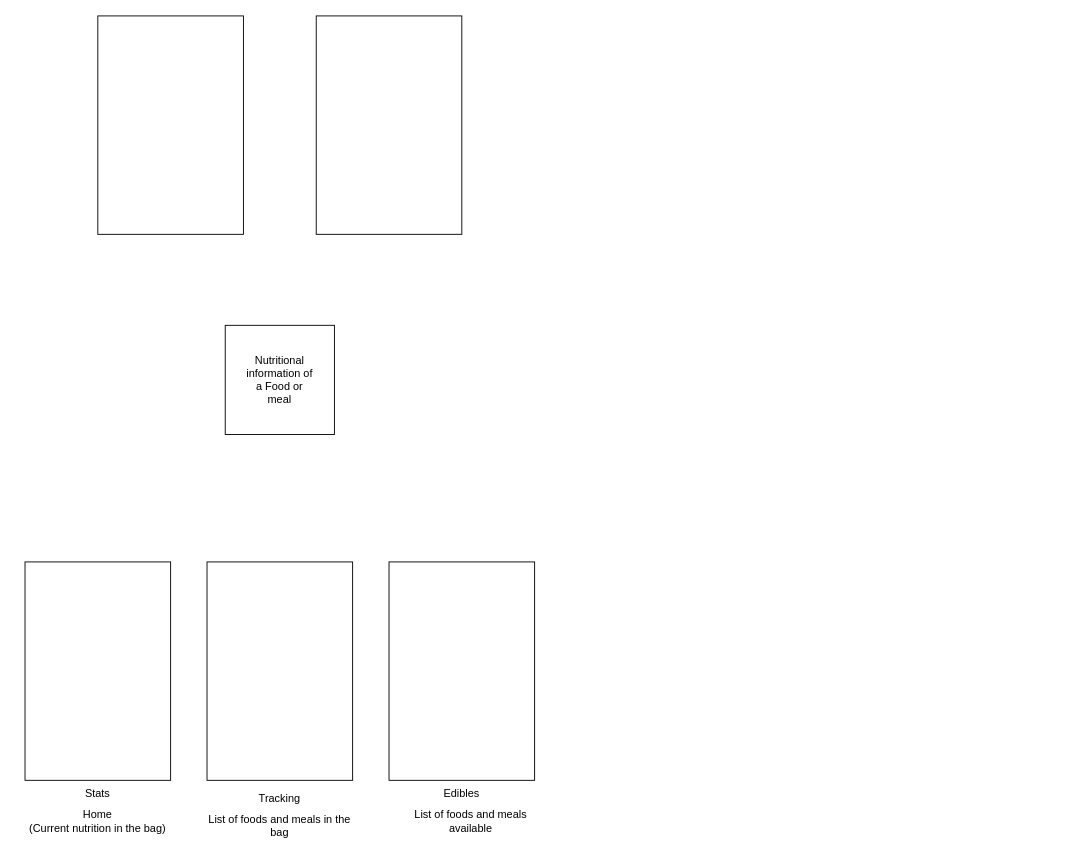
Before: Documentation/Navigation.drawio in p4ulor/NutritionTrackerApp, a draw.io diagram. Source tidied: cells renumbered, new cells numbered last; positions are measured from the earlier drawing's top-left corner, leaving out a move shared by most shapes. Both pictures are drawn from the tidied source at 91%, with x=0, y=0 at pixel (15, 15).
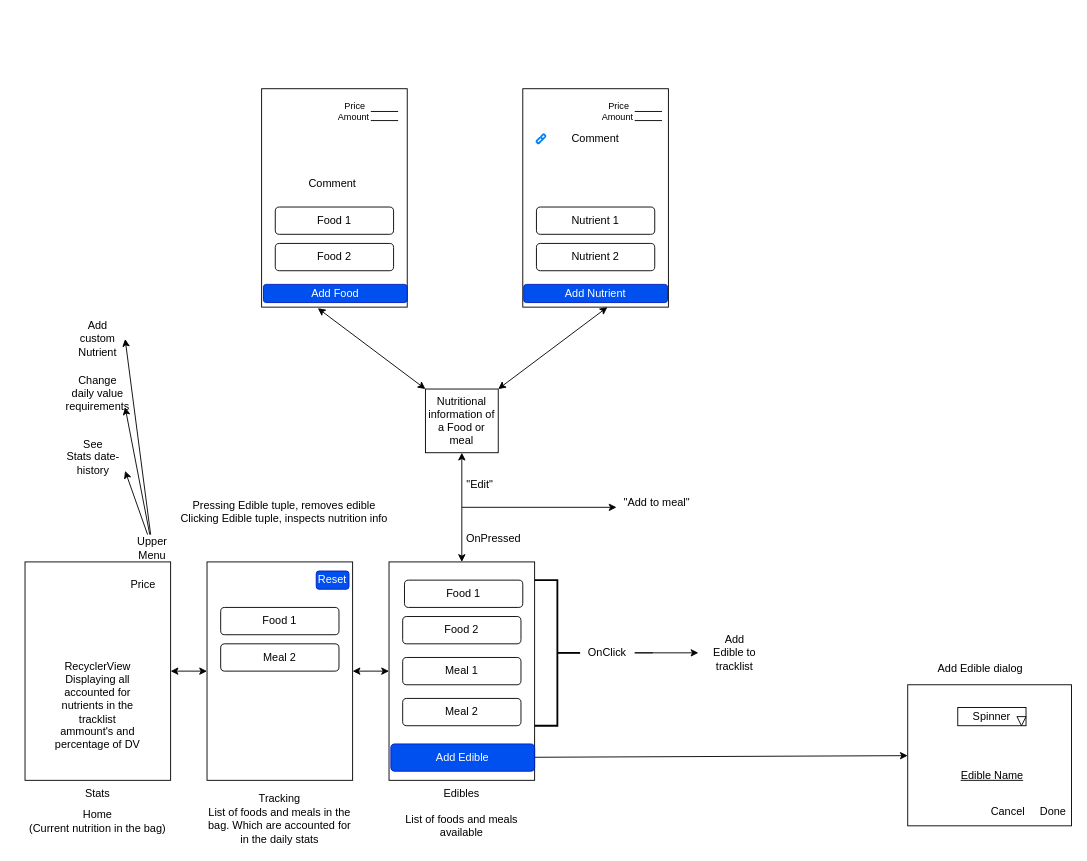
The same diagram, later.

Unchanged cells that the change refers to:
```xml
<mxCell id="2" style="rounded=0;whiteSpace=wrap;html=1;" parent="1" vertex="1">
  <mxGeometry x="210" y="600" width="160" height="240" as="geometry" />
</mxCell>
<mxCell id="3" style="rounded=0;whiteSpace=wrap;html=1;" parent="1" vertex="1">
  <mxGeometry x="10" y="600" width="160" height="240" as="geometry" />
</mxCell>
<mxCell id="4" style="rounded=0;whiteSpace=wrap;html=1;" parent="1" vertex="1">
  <mxGeometry x="410" y="600" width="160" height="240" as="geometry" />
</mxCell>
```

Diff of the diagram source:
```diff
@@
+    <mxCell id="15" style="edgeStyle=orthogonalEdgeStyle;rounded=0;jettySize=auto;html=1;entryX=0;entryY=0.5;entryDx=0;entryDy=0;startArrow=classic;startFill=1;" parent="1" edge="1" source="2" target="4">
+      <mxGeometry relative="1" as="geometry" />
+    </mxCell>
@@
+    <mxCell id="16" style="edgeStyle=orthogonalEdgeStyle;rounded=0;jettySize=auto;html=1;entryX=0;entryY=0.5;entryDx=0;entryDy=0;startArrow=classic;startFill=1;" parent="1" edge="1" source="3" target="2">
+      <mxGeometry relative="1" as="geometry" />
+    </mxCell>
@@
+    <mxCell id="17" style="edgeStyle=orthogonalEdgeStyle;rounded=0;jettySize=auto;html=1;startArrow=classic;startFill=1;" parent="1" edge="1" source="4">
+      <mxGeometry relative="1" as="geometry">
+        <mxPoint x="490" y="480" as="targetPoint" />
+      </mxGeometry>
+    </mxCell>
@@
-    <mxCell id="6" value="List of foods and meals in the bag" style="text;html=1;strokeColor=none;fillColor=none;align=center;verticalAlign=middle;whiteSpace=wrap;rounded=0;" parent="1" vertex="1">
+    <mxCell id="6" value="List of foods and meals in the bag. Which are accounted for in the daily stats" style="text;html=1;strokeColor=none;fillColor=none;align=center;verticalAlign=middle;whiteSpace=wrap;rounded=0;" parent="1" vertex="1">
       <mxGeometry x="210" y="875" width="160" height="30" as="geometry" />
     </mxCell>
     <mxCell id="7" value="List of foods and meals available" style="text;html=1;strokeColor=none;fillColor=none;align=center;verticalAlign=middle;whiteSpace=wrap;rounded=0;" parent="1" vertex="1">
-      <mxGeometry x="420" y="870" width="160" height="30" as="geometry" />
+      <mxGeometry x="410" y="875" width="160" height="30" as="geometry" />
     </mxCell>
+    <mxCell id="18" style="rounded=0;jettySize=auto;html=1;entryX=0.386;entryY=1.005;entryDx=0;entryDy=0;entryPerimeter=0;startArrow=classic;startFill=1;" parent="1" edge="1" target="10">
+      <mxGeometry relative="1" as="geometry">
+        <mxPoint x="450" y="410" as="sourcePoint" />
+      </mxGeometry>
+    </mxCell>
     <mxCell id="8" style="rounded=0;whiteSpace=wrap;html=1;" parent="1" vertex="1">
-      <mxGeometry x="230" y="340" width="120" height="120" as="geometry" />
+      <mxGeometry x="450" y="410" width="80" height="70" as="geometry" />
     </mxCell>
+    <mxCell id="19" style="edgeStyle=none;rounded=0;jettySize=auto;html=1;entryX=0.581;entryY=1;entryDx=0;entryDy=0;entryPerimeter=0;startArrow=classic;startFill=1;exitX=1;exitY=0;exitDx=0;exitDy=0;" parent="1" edge="1" source="9" target="11">
+      <mxGeometry relative="1" as="geometry" />
+    </mxCell>
     <mxCell id="9" value="Nutritional information of a Food or meal" style="text;html=1;strokeColor=none;fillColor=none;align=center;verticalAlign=middle;whiteSpace=wrap;rounded=0;" parent="1" vertex="1">
-      <mxGeometry x="250" y="357.5" width="80" height="85" as="geometry" />
+      <mxGeometry x="450" y="410" width="80" height="70" as="geometry" />
     </mxCell>
     <mxCell id="10" style="rounded=0;whiteSpace=wrap;html=1;" parent="1" vertex="1">
-      <mxGeometry x="90" width="160" height="240" as="geometry" />
+      <mxGeometry x="270" y="80" width="160" height="240" as="geometry" />
     </mxCell>
     <mxCell id="11" style="rounded=0;whiteSpace=wrap;html=1;" parent="1" vertex="1">
-      <mxGeometry x="330" width="160" height="240" as="geometry" />
+      <mxGeometry x="557" y="80" width="160" height="240" as="geometry" />
     </mxCell>
@@
+    <mxCell id="20" value="Food 1" style="rounded=1;whiteSpace=wrap;html=1;" parent="1" vertex="1">
+      <mxGeometry x="427" y="620" width="130" height="30" as="geometry" />
+    </mxCell>
+    <mxCell id="21" value="Food 2" style="rounded=1;whiteSpace=wrap;html=1;" parent="1" vertex="1">
+      <mxGeometry x="425" y="660" width="130" height="30" as="geometry" />
+    </mxCell>
+    <mxCell id="22" value="Meal 1" style="rounded=1;whiteSpace=wrap;html=1;" parent="1" vertex="1">
+      <mxGeometry x="425" y="705" width="130" height="30" as="geometry" />
+    </mxCell>
+    <mxCell id="23" value="Meal 2" style="rounded=1;whiteSpace=wrap;html=1;" parent="1" vertex="1">
+      <mxGeometry x="425" y="750" width="130" height="30" as="geometry" />
+    </mxCell>
+    <mxCell id="24" style="rounded=0;jettySize=auto;html=1;" parent="1" edge="1" source="25" target="59">
+      <mxGeometry relative="1" as="geometry" />
+    </mxCell>
+    <mxCell id="25" value="Add Edible" style="rounded=1;whiteSpace=wrap;html=1;fillColor=#0050ef;fontColor=#ffffff;strokeColor=#001DBC;" parent="1" vertex="1">
+      <mxGeometry x="412" y="800" width="158" height="30" as="geometry" />
+    </mxCell>
+    <mxCell id="26" value="OnPressed" style="text;html=1;strokeColor=none;fillColor=none;align=center;verticalAlign=middle;whiteSpace=wrap;rounded=0;" parent="1" vertex="1">
+      <mxGeometry x="495" y="560" width="60" height="30" as="geometry" />
+    </mxCell>
+    <mxCell id="27" style="strokeWidth=2;html=1;shape=mxgraph.flowchart.annotation_2;align=left;labelPosition=right;rotation=-180;" parent="1" vertex="1">
+      <mxGeometry x="570" y="620" width="50" height="160" as="geometry" />
+    </mxCell>
+    <mxCell id="28" value="OnClick" style="text;html=1;strokeColor=none;fillColor=none;align=center;verticalAlign=middle;whiteSpace=wrap;rounded=0;" parent="1" vertex="1">
+      <mxGeometry x="620" y="685" width="60" height="30" as="geometry" />
+    </mxCell>
+    <mxCell id="29" style="edgeStyle=orthogonalEdgeStyle;rounded=0;orthogonalLoop=1;jettySize=auto;html=1;startArrow=none;startFill=0;" parent="1" edge="1">
+      <mxGeometry relative="1" as="geometry">
+        <mxPoint x="700" y="699.9" as="sourcePoint" />
+        <mxPoint x="750" y="699.9" as="targetPoint" />
+        <Array as="points">
+          <mxPoint x="680" y="699.9" />
+          <mxPoint x="680" y="699.9" />
+        </Array>
+      </mxGeometry>
+    </mxCell>
+    <mxCell id="30" value="Add Edible to tracklist" style="text;html=1;strokeColor=none;fillColor=none;align=center;verticalAlign=middle;whiteSpace=wrap;rounded=0;" parent="1" vertex="1">
+      <mxGeometry x="760" y="685" width="60" height="30" as="geometry" />
+    </mxCell>
+    <mxCell id="31" value="RecyclerView&lt;br&gt;Displaying all accounted for nutrients in the tracklist ammount's and percentage of DV" style="text;html=1;strokeColor=none;fillColor=none;align=center;verticalAlign=middle;whiteSpace=wrap;rounded=0;" parent="1" vertex="1">
+      <mxGeometry x="40" y="700" width="100" height="115" as="geometry" />
+    </mxCell>
+    <mxCell id="32" value="Price" style="text;html=1;strokeColor=none;fillColor=none;align=center;verticalAlign=middle;whiteSpace=wrap;rounded=0;" parent="1" vertex="1">
+      <mxGeometry x="110" y="610" width="60" height="30" as="geometry" />
+    </mxCell>
+    <mxCell id="33" value="Reset" style="rounded=1;whiteSpace=wrap;html=1;fillColor=#0050ef;fontColor=#ffffff;strokeColor=#001DBC;" parent="1" vertex="1">
+      <mxGeometry x="330" y="610" width="36" height="20" as="geometry" />
+    </mxCell>
+    <mxCell id="34" value="Food 1" style="rounded=1;whiteSpace=wrap;html=1;" parent="1" vertex="1">
+      <mxGeometry x="225" y="650" width="130" height="30" as="geometry" />
+    </mxCell>
+    <mxCell id="35" value="Meal 2" style="rounded=1;whiteSpace=wrap;html=1;" parent="1" vertex="1">
+      <mxGeometry x="225" y="690" width="130" height="30" as="geometry" />
+    </mxCell>
+    <mxCell id="36" value="Pressing Edible tuple, removes edible&lt;br&gt;Clicking Edible tuple, inspects nutrition info" style="text;html=1;strokeColor=none;fillColor=none;align=center;verticalAlign=middle;whiteSpace=wrap;rounded=0;" parent="1" vertex="1">
+      <mxGeometry x="180" y="530" width="230" height="30" as="geometry" />
+    </mxCell>
+    <mxCell id="37" value="Food 1" style="rounded=1;whiteSpace=wrap;html=1;" parent="1" vertex="1">
+      <mxGeometry x="285" y="210" width="130" height="30" as="geometry" />
+    </mxCell>
+    <mxCell id="38" value="Food 2" style="rounded=1;whiteSpace=wrap;html=1;" parent="1" vertex="1">
+      <mxGeometry x="285" y="250" width="130" height="30" as="geometry" />
+    </mxCell>
+    <mxCell id="39" value="Nutrient 1" style="rounded=1;whiteSpace=wrap;html=1;" parent="1" vertex="1">
+      <mxGeometry x="572" y="210" width="130" height="30" as="geometry" />
+    </mxCell>
+    <mxCell id="40" value="Nutrient 2" style="rounded=1;whiteSpace=wrap;html=1;" parent="1" vertex="1">
+      <mxGeometry x="572" y="250" width="130" height="30" as="geometry" />
+    </mxCell>
+    <mxCell id="41" style="html=1;verticalLabelPosition=bottom;align=center;labelBackgroundColor=#ffffff;verticalAlign=top;strokeWidth=2;strokeColor=#0080F0;shadow=0;dashed=0;shape=mxgraph.ios7.icons.link;" parent="1" vertex="1">
+      <mxGeometry x="572" y="130" width="10" height="10" as="geometry" />
+    </mxCell>
+    <mxCell id="42" value="Comment" style="text;html=1;strokeColor=none;fillColor=none;align=center;verticalAlign=middle;whiteSpace=wrap;rounded=0;" parent="1" vertex="1">
+      <mxGeometry x="318" y="170" width="60" height="30" as="geometry" />
+    </mxCell>
+    <mxCell id="43" value="Comment" style="text;html=1;strokeColor=none;fillColor=none;align=center;verticalAlign=middle;whiteSpace=wrap;rounded=0;" parent="1" vertex="1">
+      <mxGeometry x="607" y="120" width="60" height="30" as="geometry" />
+    </mxCell>
+    <mxCell id="44" value="Add Food" style="rounded=1;whiteSpace=wrap;html=1;fillColor=#0050ef;fontColor=#ffffff;strokeColor=#001DBC;" parent="1" vertex="1">
+      <mxGeometry x="272" y="295" width="158" height="20" as="geometry" />
+    </mxCell>
+    <mxCell id="45" value="Add Nutrient" style="rounded=1;whiteSpace=wrap;html=1;fillColor=#0050ef;fontColor=#ffffff;strokeColor=#001DBC;" parent="1" vertex="1">
+      <mxGeometry x="558" y="295" width="158" height="20" as="geometry" />
+    </mxCell>
+    <mxCell id="46" value="&amp;nbsp; Price&lt;br style=&quot;font-size: 10px&quot;&gt;&amp;nbsp;Amount" style="text;html=1;strokeColor=none;fillColor=none;align=center;verticalAlign=middle;whiteSpace=wrap;rounded=0;strokeWidth=0;spacing=0;fontSize=10;" parent="1" vertex="1">
+      <mxGeometry x="340" y="90" width="60" height="30" as="geometry" />
+    </mxCell>
+    <mxCell id="47" style="line;strokeWidth=1;html=1;perimeter=backbonePerimeter;" parent="1" vertex="1">
+      <mxGeometry x="390" y="100" width="30" height="10" as="geometry" />
+    </mxCell>
+    <mxCell id="48" style="line;strokeWidth=1;html=1;perimeter=backbonePerimeter;" parent="1" vertex="1">
+      <mxGeometry x="390" y="110" width="30" height="10" as="geometry" />
+    </mxCell>
+    <mxCell id="49" value="&amp;nbsp; Price&lt;br style=&quot;font-size: 10px&quot;&gt;&amp;nbsp;Amount" style="text;html=1;strokeColor=none;fillColor=none;align=center;verticalAlign=middle;whiteSpace=wrap;rounded=0;strokeWidth=0;spacing=0;fontSize=10;" parent="1" vertex="1">
+      <mxGeometry x="630" y="90" width="60" height="30" as="geometry" />
+    </mxCell>
+    <mxCell id="50" style="line;strokeWidth=1;html=1;perimeter=backbonePerimeter;" parent="1" vertex="1">
+      <mxGeometry x="680" y="100" width="30" height="10" as="geometry" />
+    </mxCell>
+    <mxCell id="51" style="line;strokeWidth=1;html=1;perimeter=backbonePerimeter;" parent="1" vertex="1">
+      <mxGeometry x="680" y="110" width="30" height="10" as="geometry" />
+    </mxCell>
+    <mxCell id="52" style="rounded=0;jettySize=auto;html=1;entryX=1;entryY=1;entryDx=0;entryDy=0;" parent="1" edge="1" source="55" target="56">
+      <mxGeometry relative="1" as="geometry" />
+    </mxCell>
+    <mxCell id="53" style="edgeStyle=none;rounded=0;jettySize=auto;html=1;entryX=1;entryY=1;entryDx=0;entryDy=0;" parent="1" edge="1" source="55" target="57">
+      <mxGeometry relative="1" as="geometry" />
+    </mxCell>
+    <mxCell id="54" style="edgeStyle=none;rounded=0;jettySize=auto;html=1;entryX=1;entryY=0.5;entryDx=0;entryDy=0;" parent="1" edge="1" source="55" target="58">
+      <mxGeometry relative="1" as="geometry" />
+    </mxCell>
+    <mxCell id="55" value="Upper&lt;br&gt;Menu" style="text;html=1;strokeColor=none;fillColor=none;align=center;verticalAlign=middle;whiteSpace=wrap;rounded=0;" parent="1" vertex="1">
+      <mxGeometry x="120" y="570" width="60" height="30" as="geometry" />
+    </mxCell>
+    <mxCell id="56" value="See&lt;br&gt;Stats date-history" style="text;html=1;strokeColor=none;fillColor=none;align=center;verticalAlign=middle;whiteSpace=wrap;rounded=0;" parent="1" vertex="1">
+      <mxGeometry x="50" y="470" width="70" height="30" as="geometry" />
+    </mxCell>
+    <mxCell id="57" value="Change&lt;br&gt;daily value requirements" style="text;html=1;strokeColor=none;fillColor=none;align=center;verticalAlign=middle;whiteSpace=wrap;rounded=0;" parent="1" vertex="1">
+      <mxGeometry x="60" y="400" width="60" height="30" as="geometry" />
+    </mxCell>
+    <mxCell id="58" value="Add&lt;br&gt;custom Nutrient" style="text;html=1;strokeColor=none;fillColor=none;align=center;verticalAlign=middle;whiteSpace=wrap;rounded=0;" parent="1" vertex="1">
+      <mxGeometry x="60" y="340" width="60" height="30" as="geometry" />
+    </mxCell>
+    <mxCell id="59" style="rounded=0;whiteSpace=wrap;html=1;" parent="1" vertex="1">
+      <mxGeometry x="980" y="735" width="180" height="155" as="geometry" />
+    </mxCell>
+    <mxCell id="60" value="Add Edible dialog" style="text;html=1;strokeColor=none;fillColor=none;align=center;verticalAlign=middle;whiteSpace=wrap;rounded=0;" parent="1" vertex="1">
+      <mxGeometry x="990" y="697.5" width="140" height="40" as="geometry" />
+    </mxCell>
+    <mxCell id="61" value="Spinner" style="rounded=0;whiteSpace=wrap;html=1;" parent="1" vertex="1">
+      <mxGeometry x="1035" y="760" width="75" height="20" as="geometry" />
+    </mxCell>
+    <mxCell id="62" style="triangle;whiteSpace=wrap;html=1;rotation=90;" parent="1" vertex="1">
+      <mxGeometry x="1100" y="770" width="10" height="10" as="geometry" />
+    </mxCell>
+    <mxCell id="63" value="Edible Name" style="text;html=1;strokeColor=none;fillColor=none;align=center;verticalAlign=middle;whiteSpace=wrap;rounded=0;fontStyle=4;" parent="1" vertex="1">
+      <mxGeometry x="1028.8" y="820" width="87.5" height="30" as="geometry" />
+    </mxCell>
+    <mxCell id="64" value="Cancel&amp;nbsp; &amp;nbsp; &amp;nbsp;Done" style="text;html=1;strokeColor=none;fillColor=none;align=center;verticalAlign=middle;whiteSpace=wrap;rounded=0;" parent="1" vertex="1">
+      <mxGeometry x="1066.2" y="860" width="93.8" height="30" as="geometry" />
+    </mxCell>
+    <mxCell id="65" value="&quot;Edit&quot;" style="text;html=1;strokeColor=none;fillColor=none;align=center;verticalAlign=middle;whiteSpace=wrap;rounded=0;" parent="1" vertex="1">
+      <mxGeometry x="480" y="500" width="60" height="30" as="geometry" />
+    </mxCell>
+    <mxCell id="66" value="&quot;Add to meal&quot;" style="text;html=1;strokeColor=none;fillColor=none;align=center;verticalAlign=middle;whiteSpace=wrap;rounded=0;" parent="1" vertex="1">
+      <mxGeometry x="667" y="520" width="75" height="30" as="geometry" />
+    </mxCell>
+    <mxCell id="67" style="endArrow=classic;html=1;rounded=0;" parent="1" edge="1">
+      <mxGeometry relative="1" as="geometry">
+        <mxPoint x="490" y="540" as="sourcePoint" />
+        <mxPoint x="660" y="540" as="targetPoint" />
+      </mxGeometry>
+    </mxCell>
```
